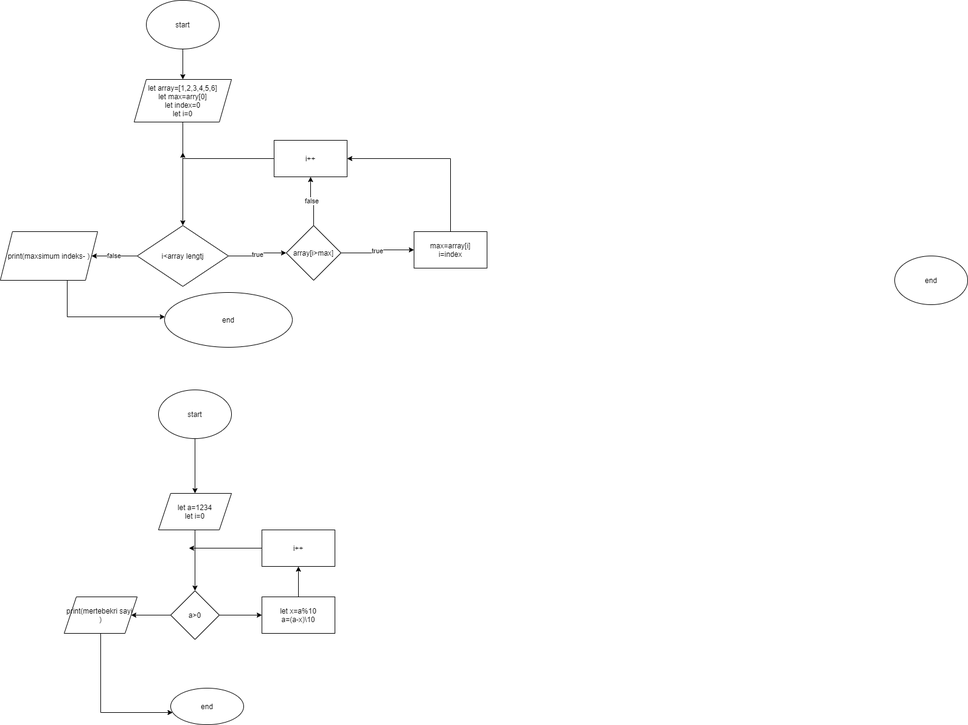
Before: Untitled Diagram.drawio.png, a diagram exported from draw.io (elseverceferov/alqoritim). Source tidied: cells renumbered, new cells last; positions are measured from the earlier drawing's top-left corner, leaving out a move shared by most shapes.
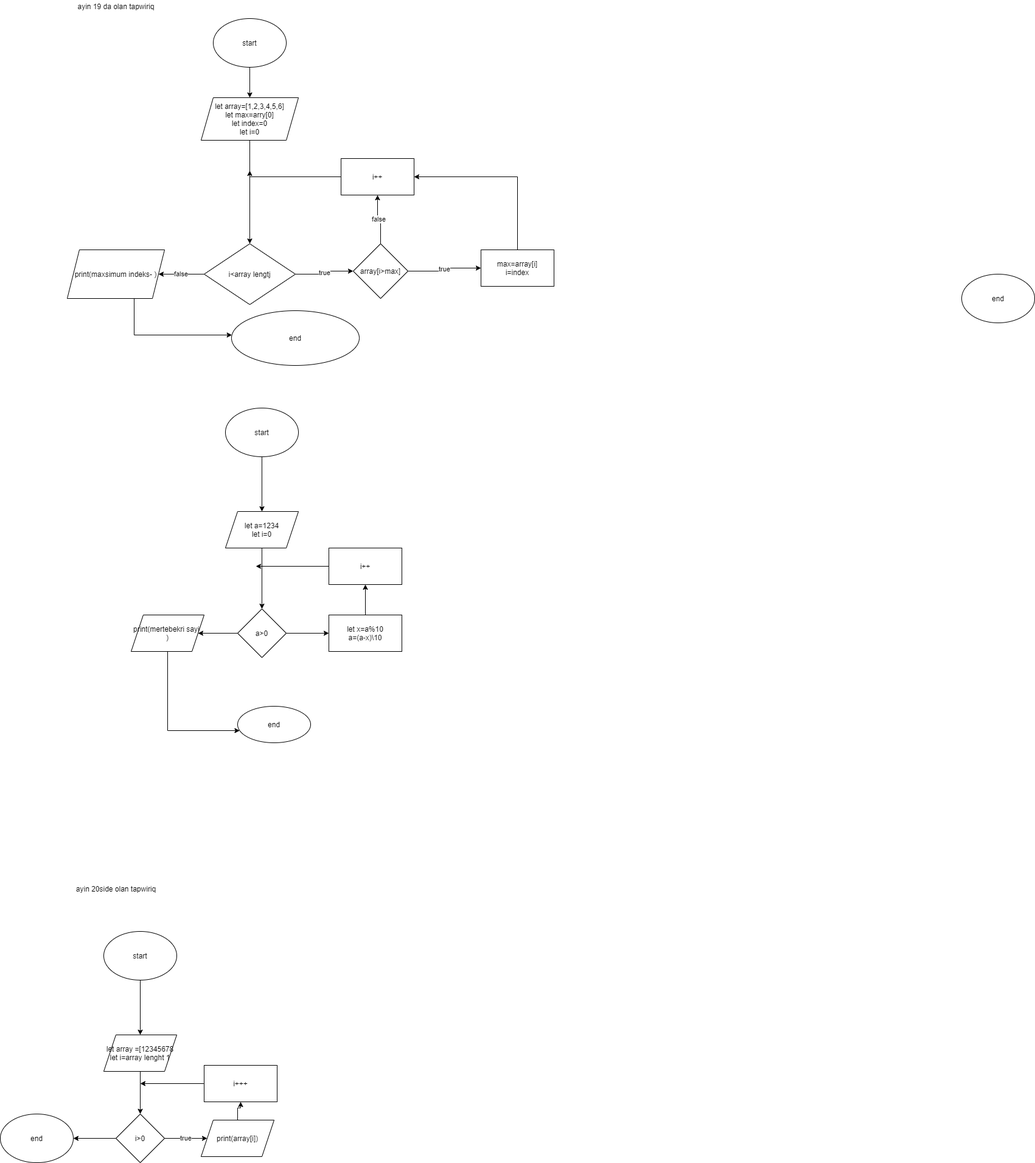
The same diagram one commit later.

What changed in the source:
```diff
@@ -113,5 +113,49 @@
     <mxCell id="33" value="end" style="ellipse;whiteSpace=wrap;html=1;" parent="1" vertex="1">
       <mxGeometry x="280" y="1130" width="120" height="60" as="geometry" />
     </mxCell>
+    <mxCell id="34" value="ayin 19 da olan tapwiriq" style="text;html=1;align=center;verticalAlign=middle;strokeColor=none;fillColor=none;" parent="1" vertex="1">
+      <mxGeometry x="10" y="-30" width="140" height="20" as="geometry" />
+    </mxCell>
+    <mxCell id="35" value="ayin 20side olan tapwiriq" style="text;html=1;align=center;verticalAlign=middle;strokeColor=none;fillColor=none;" parent="1" vertex="1">
+      <mxGeometry x="5" y="1420" width="150" height="20" as="geometry" />
+    </mxCell>
+    <mxCell id="36" style="edgeStyle=orthogonalEdgeStyle;rounded=0;jettySize=auto;html=1;" parent="1" edge="1" source="37" target="39">
+      <mxGeometry relative="1" as="geometry" />
+    </mxCell>
+    <mxCell id="37" value="start" style="ellipse;whiteSpace=wrap;html=1;" parent="1" vertex="1">
+      <mxGeometry x="60" y="1500" width="120" height="80" as="geometry" />
+    </mxCell>
+    <mxCell id="38" style="edgeStyle=orthogonalEdgeStyle;rounded=0;jettySize=auto;html=1;" parent="1" edge="1" source="39" target="42">
+      <mxGeometry relative="1" as="geometry" />
+    </mxCell>
+    <mxCell id="39" value="let array =[12345678&lt;br&gt;let i=array lenght 1" style="shape=parallelogram;perimeter=parallelogramPerimeter;whiteSpace=wrap;html=1;fixedSize=1;" parent="1" vertex="1">
+      <mxGeometry x="60" y="1670" width="120" height="60" as="geometry" />
+    </mxCell>
+    <mxCell id="40" value="true" style="edgeStyle=orthogonalEdgeStyle;rounded=0;jettySize=auto;html=1;" parent="1" edge="1" source="42" target="44">
+      <mxGeometry relative="1" as="geometry" />
+    </mxCell>
+    <mxCell id="41" style="edgeStyle=orthogonalEdgeStyle;rounded=0;jettySize=auto;html=1;exitX=0;exitY=0.5;exitDx=0;exitDy=0;entryX=1;entryY=0.5;entryDx=0;entryDy=0;" parent="1" edge="1" source="42" target="47">
+      <mxGeometry relative="1" as="geometry" />
+    </mxCell>
+    <mxCell id="42" value="i&amp;gt;0" style="rhombus;whiteSpace=wrap;html=1;" parent="1" vertex="1">
+      <mxGeometry x="80" y="1800" width="80" height="80" as="geometry" />
+    </mxCell>
+    <mxCell id="43" style="edgeStyle=orthogonalEdgeStyle;rounded=0;jettySize=auto;html=1;" parent="1" edge="1" source="44" target="46">
+      <mxGeometry relative="1" as="geometry" />
+    </mxCell>
+    <mxCell id="44" value="print(array[i])" style="shape=parallelogram;perimeter=parallelogramPerimeter;whiteSpace=wrap;html=1;fixedSize=1;" parent="1" vertex="1">
+      <mxGeometry x="220" y="1810" width="120" height="60" as="geometry" />
+    </mxCell>
+    <mxCell id="45" style="edgeStyle=orthogonalEdgeStyle;rounded=0;jettySize=auto;html=1;exitX=0;exitY=0.5;exitDx=0;exitDy=0;" parent="1" edge="1" source="46">
+      <mxGeometry relative="1" as="geometry">
+        <mxPoint x="120" y="1750" as="targetPoint" />
+      </mxGeometry>
+    </mxCell>
+    <mxCell id="46" value="i+++" style="whiteSpace=wrap;html=1;" parent="1" vertex="1">
+      <mxGeometry x="225" y="1720" width="120" height="60" as="geometry" />
+    </mxCell>
+    <mxCell id="47" value="end" style="ellipse;whiteSpace=wrap;html=1;" parent="1" vertex="1">
+      <mxGeometry x="-110" y="1800" width="120" height="80" as="geometry" />
+    </mxCell>
   </root>
 </mxGraphModel>
```
